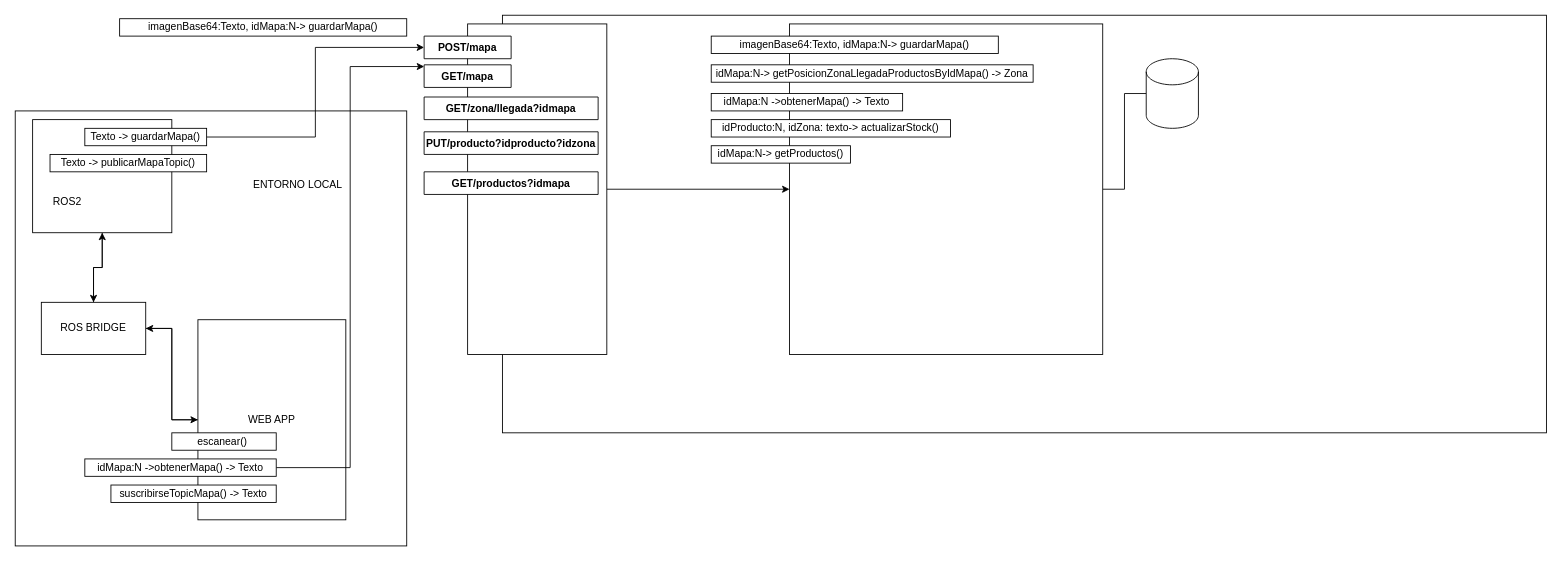
Earlier version of the draw.io diagram page "Logica Negocio" (1 of 2) of doc/DiagramaBloquesYBD.drawio (GTI-3B-ProyectoRobotica/Automatix-Backend). Source tidied: cells renumbered, new cells numbered last; positions are measured from the earlier drawing's top-left corner, leaving out a move shared by most shapes. Both pictures are drawn from the tidied source at 87%, with x=0, y=0 at pixel (15, 15).
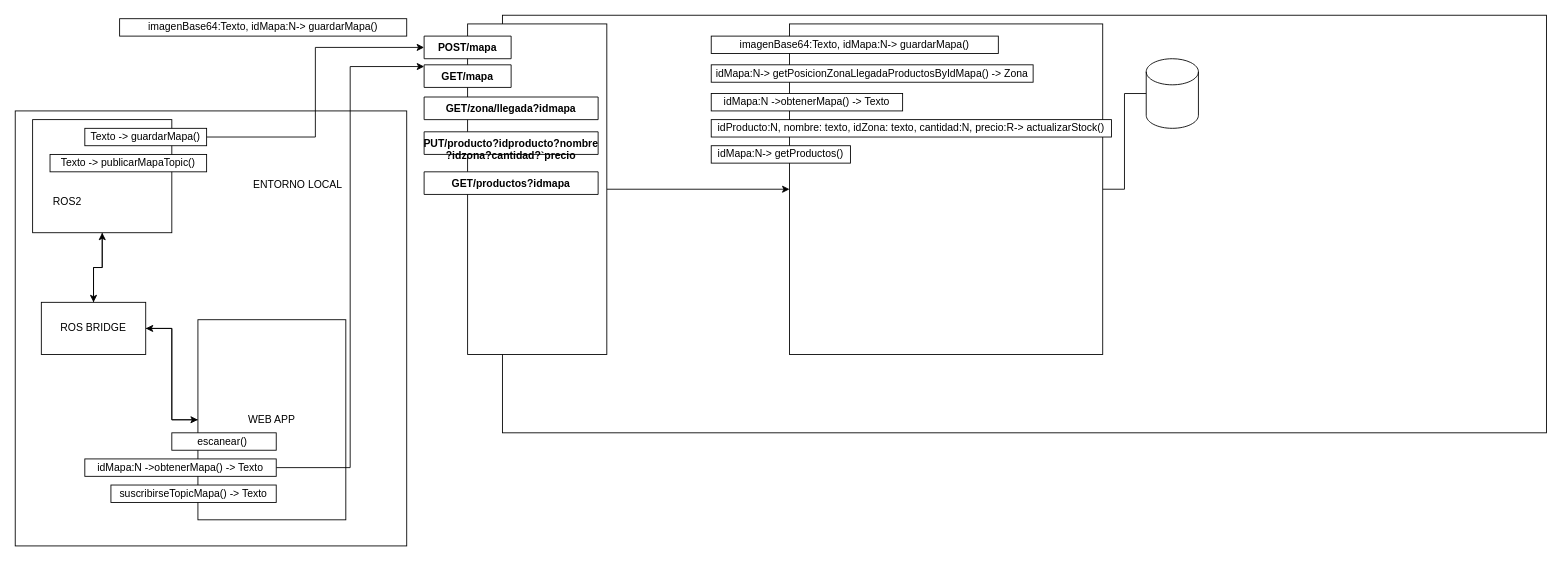
After the change.

Commit message (it also covers changes not shown here):
AX - H7 - Actualización diagrama y tests

Change to the diagram source:
```diff
@@
-    <mxCell id="32" value="PUT/producto?idproducto?idzona" style="swimlane;fontStyle=1;align=center;verticalAlign=top;horizontal=1;startSize=26;" parent="1" vertex="1" collapsed="1">
+    <mxCell id="32" value="PUT/producto?idproducto?nombre&#10;?idzona?cantidad?`precio" style="swimlane;fontStyle=1;align=center;verticalAlign=top;horizontal=1;startSize=26;" parent="1" vertex="1" collapsed="1">
       <mxGeometry x="470" y="134" width="200" height="26" as="geometry" />
     </mxCell>
-    <mxCell id="33" value="idProducto:N, idZona: texto-&amp;gt; actualizarStock()" style="rounded=0;whiteSpace=wrap;html=1;" parent="1" vertex="1">
-      <mxGeometry x="800" y="120" width="275" height="20" as="geometry" />
+    <mxCell id="33" value="idProducto:N, nombre: texto, idZona: texto, cantidad:N, precio:R-&amp;gt; actualizarStock()" style="rounded=0;whiteSpace=wrap;html=1;" parent="1" vertex="1">
+      <mxGeometry x="800" y="120" width="460" height="20" as="geometry" />
     </mxCell>
```
